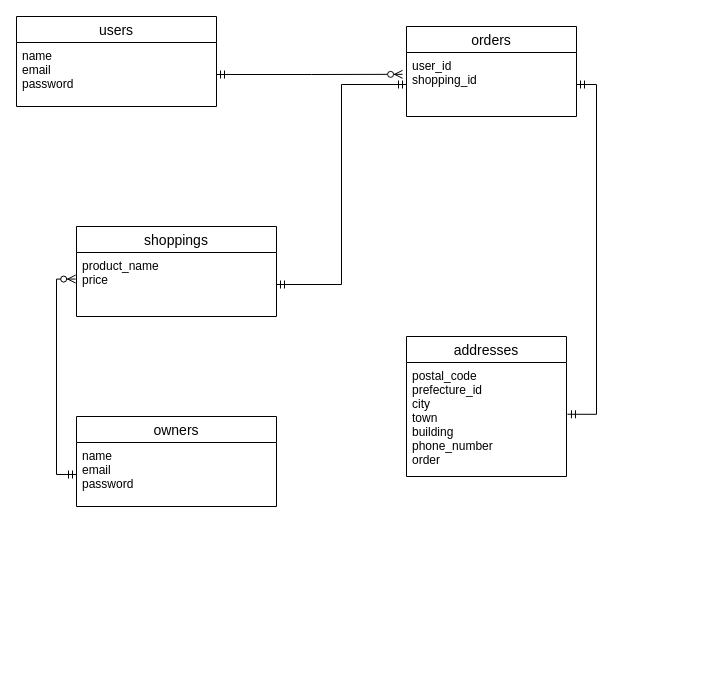
The draw.io diagram test.dio in kodairafumikazu/tomori_app, before the edit. Source tidied: cells renumbered, new cells numbered last; positions are measured from the earlier drawing's top-left corner, leaving out a move shared by most shapes. Both pictures are drawn from the tidied source at 100%, with x=0, y=0 at pixel (16, 16).
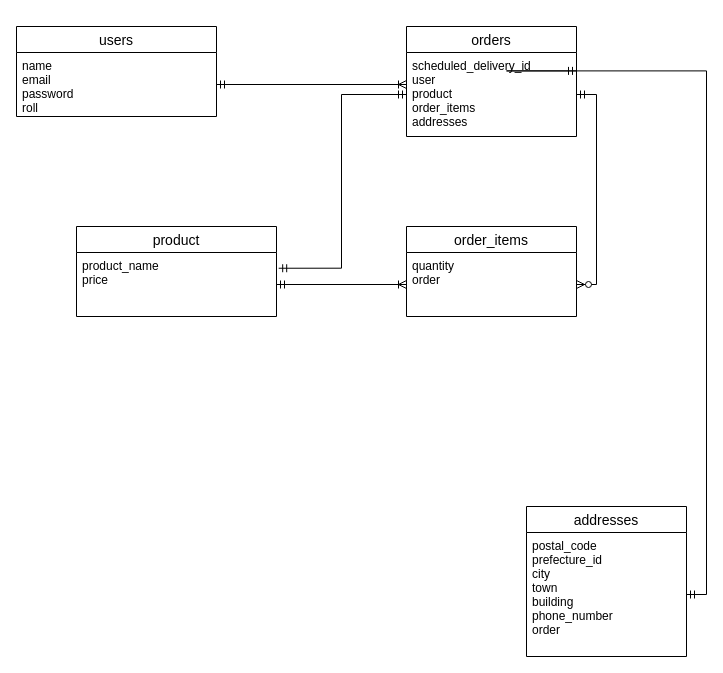
The same page after the edit.

Change to the diagram source:
```diff
@@
 <mxGraphModel>
   <root>
     <mxCell id="0" />
     <mxCell id="1" parent="0" />
     <mxCell id="2" value="users" style="swimlane;fontStyle=0;horizontal=1;startSize=26;align=center;fontSize=14;" parent="1" vertex="1">
-      <mxGeometry width="200" height="90" as="geometry" />
+      <mxGeometry y="10" width="200" height="90" as="geometry" />
     </mxCell>
-    <mxCell id="3" value="name&#10;email&#10;password&#10;" style="text;strokeColor=none;fillColor=none;spacingLeft=4;spacingRight=4;overflow=hidden;points=[[0,0.5],[1,0.5]];portConstraint=eastwest;fontSize=12;" parent="2" vertex="1">
+    <mxCell id="3" value="name&#10;email&#10;password&#10;roll&#10;" style="text;strokeColor=none;fillColor=none;spacingLeft=4;spacingRight=4;overflow=hidden;points=[[0,0.5],[1,0.5]];portConstraint=eastwest;fontSize=12;" parent="2" vertex="1">
       <mxGeometry y="26" width="200" height="64" as="geometry" />
     </mxCell>
     <mxCell id="4" value="orders" style="swimlane;fontStyle=0;horizontal=1;startSize=26;align=center;fontSize=14;" parent="1" vertex="1">
-      <mxGeometry x="390" y="10" width="170" height="90" as="geometry" />
+      <mxGeometry x="390" y="10" width="170" height="110" as="geometry" />
     </mxCell>
-    <mxCell id="5" value="user_id&#10;shopping_id&#10;" style="text;strokeColor=none;fillColor=none;spacingLeft=4;spacingRight=4;overflow=hidden;points=[[0,0.5],[1,0.5]];portConstraint=eastwest;fontSize=12;" parent="4" vertex="1">
-      <mxGeometry y="26" width="170" height="64" as="geometry" />
+    <mxCell id="5" value="scheduled_delivery_id&#10;user&#10;product&#10;order_items&#10;addresses&#10;" style="text;strokeColor=none;fillColor=none;spacingLeft=4;spacingRight=4;overflow=hidden;points=[[0,0.5],[1,0.5]];portConstraint=eastwest;fontSize=12;" parent="4" vertex="1">
+      <mxGeometry y="26" width="170" height="84" as="geometry" />
     </mxCell>
     <mxCell id="6" value="addresses" style="swimlane;fontStyle=0;horizontal=1;startSize=26;align=center;fontSize=14;" parent="1" vertex="1">
-      <mxGeometry x="390" y="320" width="160" height="140" as="geometry" />
+      <mxGeometry x="510" y="490" width="160" height="150" as="geometry" />
     </mxCell>
-    <mxCell id="7" value="postal_code&#10;prefecture_id&#10;city&#10;town&#10;building&#10;phone_number&#10;order" style="text;strokeColor=none;fillColor=none;spacingLeft=4;spacingRight=4;overflow=hidden;points=[[0,0.5],[1,0.5]];portConstraint=eastwest;fontSize=12;" parent="6" vertex="1">
-      <mxGeometry y="26" width="160" height="114" as="geometry" />
+    <mxCell id="7" value="postal_code&#10;prefecture_id&#10;city&#10;town&#10;building&#10;phone_number&#10;order&#10;" style="text;strokeColor=none;fillColor=none;spacingLeft=4;spacingRight=4;overflow=hidden;points=[[0,0.5],[1,0.5]];portConstraint=eastwest;fontSize=12;" parent="6" vertex="1">
+      <mxGeometry y="26" width="160" height="124" as="geometry" />
     </mxCell>
-    <mxCell id="8" style="edgeStyle=orthogonalEdgeStyle;rounded=0;jettySize=auto;html=1;exitX=1;exitY=0.5;exitDx=0;exitDy=0;entryX=1.006;entryY=0.454;entryDx=0;entryDy=0;entryPerimeter=0;startArrow=ERmandOne;startFill=0;endArrow=ERmandOne;endFill=0;" parent="1" edge="1" source="5" target="7">
-      <mxGeometry relative="1" as="geometry" />
-    </mxCell>
-    <mxCell id="9" style="edgeStyle=orthogonalEdgeStyle;rounded=0;jettySize=auto;html=1;exitX=1;exitY=0.5;exitDx=0;exitDy=0;entryX=-0.023;entryY=0.341;entryDx=0;entryDy=0;entryPerimeter=0;startArrow=ERmandOne;startFill=0;endArrow=ERzeroToMany;endFill=1;" parent="1" edge="1" source="3" target="5">
-      <mxGeometry relative="1" as="geometry" />
-    </mxCell>
-    <mxCell id="10" value="shoppings" style="swimlane;fontStyle=0;horizontal=1;startSize=26;align=center;fontSize=14;" parent="1" vertex="1">
+    <mxCell id="10" value="product" style="swimlane;fontStyle=0;horizontal=1;startSize=26;align=center;fontSize=14;" parent="1" vertex="1">
       <mxGeometry x="60" y="210" width="200" height="90" as="geometry" />
     </mxCell>
     <mxCell id="11" value="product_name&#10;price&#10;" style="text;strokeColor=none;fillColor=none;spacingLeft=4;spacingRight=4;overflow=hidden;points=[[0,0.5],[1,0.5]];portConstraint=eastwest;fontSize=12;" parent="10" vertex="1">
       <mxGeometry y="26" width="200" height="64" as="geometry" />
     </mxCell>
-    <mxCell id="12" style="edgeStyle=orthogonalEdgeStyle;rounded=0;jettySize=auto;html=1;exitX=1;exitY=0.5;exitDx=0;exitDy=0;startArrow=ERmandOne;startFill=0;endArrow=ERmandOne;endFill=0;entryX=0;entryY=0.5;entryDx=0;entryDy=0;" parent="1" edge="1" source="11" target="5">
-      <mxGeometry relative="1" as="geometry" />
-    </mxCell>
-    <mxCell id="13" value="owners" style="swimlane;fontStyle=0;horizontal=1;startSize=26;align=center;fontSize=14;" parent="1" vertex="1">
-      <mxGeometry x="60" y="400" width="200" height="90" as="geometry" />
-    </mxCell>
-    <mxCell id="14" value="name&#10;email&#10;password" style="text;strokeColor=none;fillColor=none;spacingLeft=4;spacingRight=4;overflow=hidden;points=[[0,0.5],[1,0.5]];portConstraint=eastwest;fontSize=12;" parent="13" vertex="1">
-      <mxGeometry y="26" width="200" height="64" as="geometry" />
-    </mxCell>
-    <mxCell id="15" style="edgeStyle=orthogonalEdgeStyle;rounded=0;jettySize=auto;html=1;exitX=0;exitY=0.5;exitDx=0;exitDy=0;entryX=-0.004;entryY=0.415;entryDx=0;entryDy=0;entryPerimeter=0;startArrow=ERmandOne;startFill=0;endArrow=ERzeroToMany;endFill=1;" parent="1" edge="1" source="14" target="11">
-      <mxGeometry relative="1" as="geometry" />
-    </mxCell>
+    <mxCell id="16" value="order_items" style="swimlane;fontStyle=0;horizontal=1;startSize=26;align=center;fontSize=14;" parent="1" vertex="1">
+      <mxGeometry x="390" y="210" width="170" height="90" as="geometry" />
+    </mxCell>
+    <mxCell id="17" value="quantity&#10;order" style="text;strokeColor=none;fillColor=none;spacingLeft=4;spacingRight=4;overflow=hidden;points=[[0,0.5],[1,0.5]];portConstraint=eastwest;fontSize=12;" parent="16" vertex="1">
+      <mxGeometry y="26" width="170" height="64" as="geometry" />
+    </mxCell>
+    <mxCell id="18" style="edgeStyle=orthogonalEdgeStyle;rounded=0;jettySize=auto;html=1;exitX=1;exitY=0.5;exitDx=0;exitDy=0;startArrow=ERmandOne;startFill=0;endArrow=ERzeroToMany;endFill=1;" parent="1" edge="1" source="5" target="17">
+      <mxGeometry relative="1" as="geometry" />
+    </mxCell>
+    <mxCell id="19" style="edgeStyle=orthogonalEdgeStyle;rounded=0;jettySize=auto;html=1;exitX=1;exitY=0.5;exitDx=0;exitDy=0;entryX=1;entryY=0.219;entryDx=0;entryDy=0;entryPerimeter=0;startArrow=ERmandOne;startFill=0;endArrow=ERmandOne;endFill=0;" parent="1" edge="1" source="7" target="5">
+      <mxGeometry relative="1" as="geometry" />
+    </mxCell>
+    <mxCell id="20" style="edgeStyle=orthogonalEdgeStyle;rounded=0;jettySize=auto;html=1;exitX=0;exitY=0.5;exitDx=0;exitDy=0;entryX=1.011;entryY=0.246;entryDx=0;entryDy=0;entryPerimeter=0;startArrow=ERmandOne;startFill=0;endArrow=ERmandOne;endFill=0;" parent="1" edge="1" source="5" target="11">
+      <mxGeometry relative="1" as="geometry" />
+    </mxCell>
+    <mxCell id="21" style="edgeStyle=orthogonalEdgeStyle;rounded=0;jettySize=auto;html=1;exitX=1;exitY=0.5;exitDx=0;exitDy=0;entryX=0;entryY=0.5;entryDx=0;entryDy=0;startArrow=ERmandOne;startFill=0;endArrow=ERoneToMany;endFill=0;" parent="1" edge="1" source="11" target="17">
+      <mxGeometry relative="1" as="geometry" />
+    </mxCell>
+    <mxCell id="9" style="edgeStyle=orthogonalEdgeStyle;rounded=0;jettySize=auto;html=1;exitX=1;exitY=0.5;exitDx=0;exitDy=0;entryX=0;entryY=0.381;entryDx=0;entryDy=0;entryPerimeter=0;startArrow=ERmandOne;startFill=0;endArrow=ERoneToMany;endFill=0;" parent="1" edge="1" source="3" target="5">
+      <mxGeometry relative="1" as="geometry" />
+    </mxCell>
   </root>
 </mxGraphModel>
```
